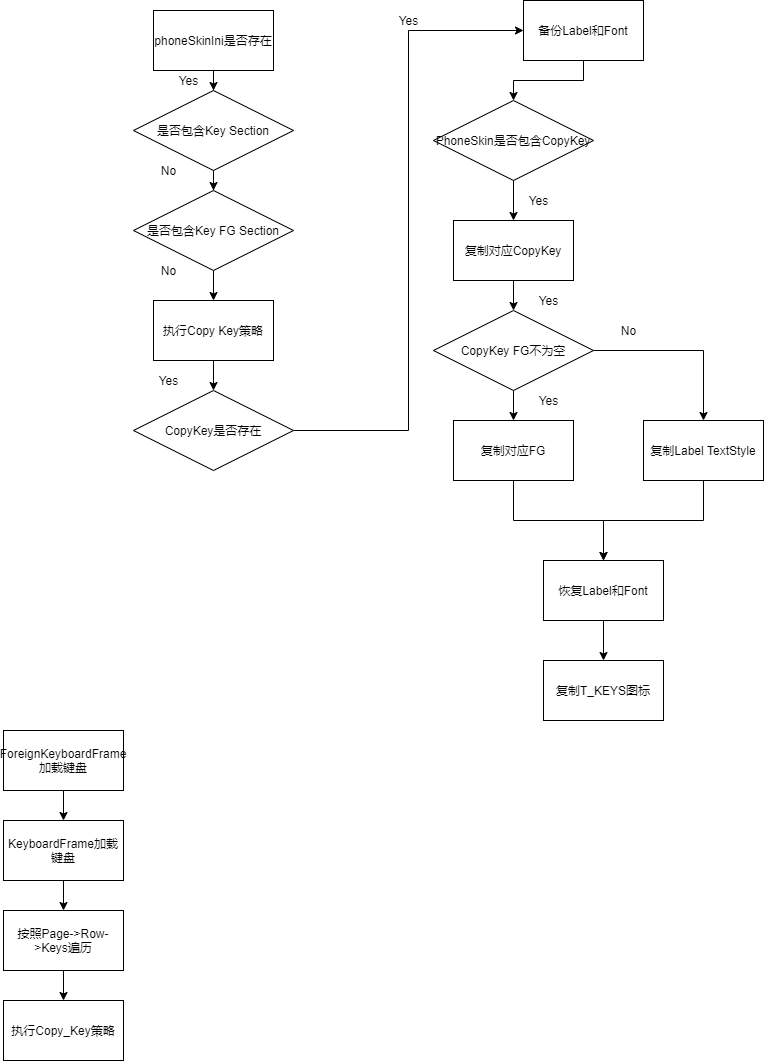
This is input/Copy_Key_Rectory.png from chonglv/charts, a draw.io export, as it was before one commit. Source tidied: cells renumbered, new cells last; positions are measured from the earlier drawing's top-left corner, leaving out a move shared by most shapes.
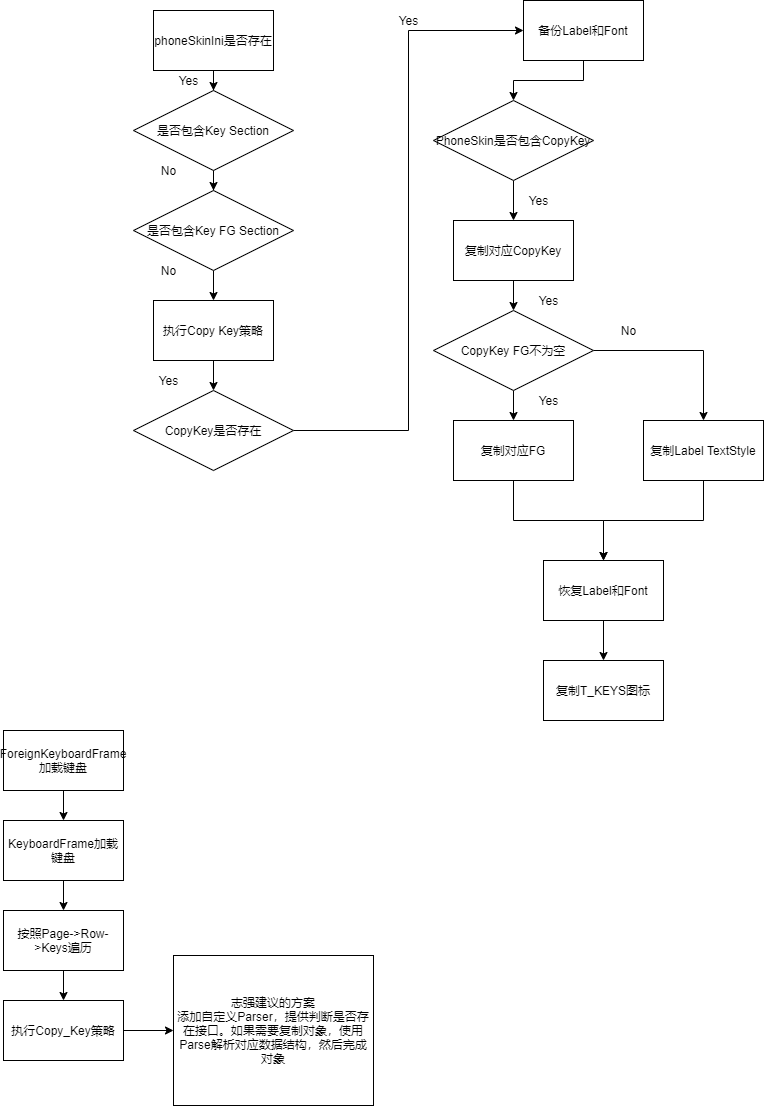
The same diagram one commit later.

Change to the diagram source:
```diff
@@ -125,8 +125,14 @@
     <mxCell id="42" value="按照Page-&amp;gt;Row-&amp;gt;Keys遍历" style="rounded=0;whiteSpace=wrap;html=1;" parent="1" vertex="1">
       <mxGeometry y="910" width="120" height="60" as="geometry" />
     </mxCell>
+    <mxCell id="44" style="edgeStyle=orthogonalEdgeStyle;rounded=0;jettySize=auto;html=1;entryX=0;entryY=0.5;entryDx=0;entryDy=0;" parent="1" edge="1" source="43" target="45">
+      <mxGeometry relative="1" as="geometry" />
+    </mxCell>
     <mxCell id="43" value="执行Copy_Key策略" style="rounded=0;whiteSpace=wrap;html=1;" parent="1" vertex="1">
       <mxGeometry y="1000" width="120" height="60" as="geometry" />
     </mxCell>
+    <mxCell id="45" value="志强建议的方案&lt;br&gt;添加自定义Parser，提供判断是否存在接口。如果需要复制对象，使用Parse解析对应数据结构，然后完成对象" style="rounded=0;whiteSpace=wrap;html=1;" parent="1" vertex="1">
+      <mxGeometry x="170" y="955" width="200" height="150" as="geometry" />
+    </mxCell>
   </root>
 </mxGraphModel>
```
